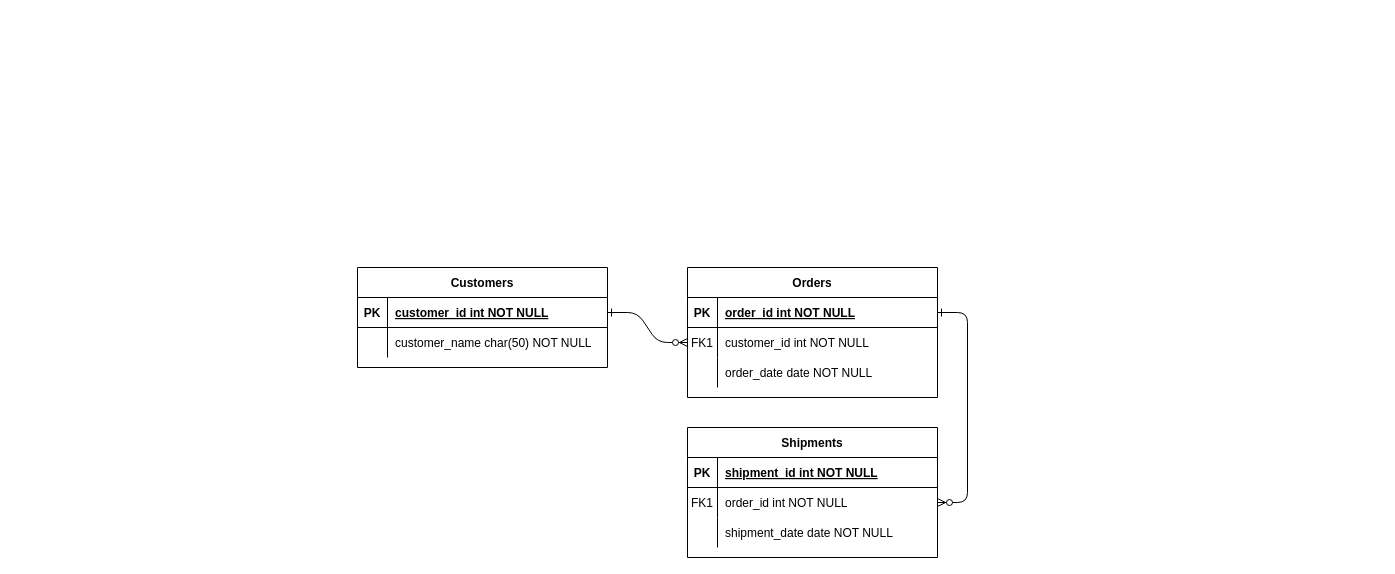
Earlier version of the draw.io diagram Untitled Diagram.drawio (daviani/eques). Source tidied: cells renumbered, new cells numbered last; positions are measured from the earlier drawing's top-left corner, leaving out a move shared by most shapes. Both pictures are drawn from the tidied source at 100%, with x=0, y=0 at pixel (357, 267).
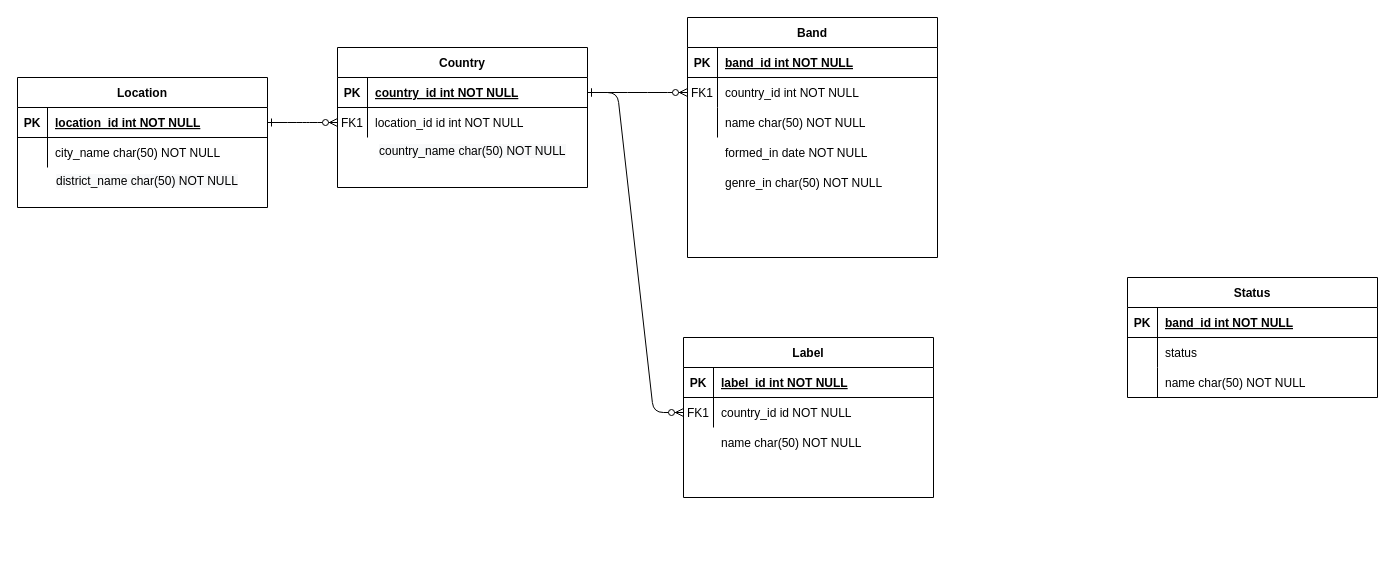
Above is the later version.

Unchanged cells that the change refers to:
```xml
<mxCell id="5" style="shape=partialRectangle;fillColor=none;points=[[0,0.5],[1,0.5]];portConstraint=eastwest;top=0;left=0;right=0;bottom=1;" parent="4" vertex="1">
  <mxGeometry y="30" width="250" height="30" as="geometry" />
</mxCell>
<mxCell id="8" style="shape=partialRectangle;fillColor=none;points=[[0,0.5],[1,0.5]];portConstraint=eastwest;top=0;left=0;right=0;bottom=0;" parent="4" vertex="1">
  <mxGeometry y="60" width="250" height="30" as="geometry" />
</mxCell>
<mxCell id="11" style="shape=partialRectangle;fillColor=none;top=0;left=0;right=0;bottom=0;" parent="4" vertex="1">
  <mxGeometry y="90" width="250" height="30" as="geometry" />
</mxCell>
<mxCell id="25" style="shape=partialRectangle;fillColor=none;points=[[0,0.5],[1,0.5]];portConstraint=eastwest;top=0;left=0;right=0;bottom=1;" parent="24" vertex="1">
  <mxGeometry y="30" width="250" height="30" as="geometry" />
</mxCell>
<mxCell id="28" style="shape=partialRectangle;fillColor=none;points=[[0,0.5],[1,0.5]];portConstraint=eastwest;top=0;left=0;right=0;bottom=0;" parent="24" vertex="1">
  <mxGeometry y="60" width="250" height="30" as="geometry" />
</mxCell>
```

Diff of the diagram source:
```diff
@@
-    <mxCell id="3" style="edgeStyle=entityRelationEdgeStyle;endArrow=ERzeroToMany;startArrow=ERone;endFill=1;startFill=0;" parent="1" edge="1" source="5" target="18">
-      <mxGeometry relative="1" as="geometry" />
-    </mxCell>
-    <mxCell id="4" value="Orders" style="shape=table;startSize=30;childLayout=tableLayout;rowLines=0;fontStyle=1;align=center;" parent="1" vertex="1">
-      <mxGeometry x="330" width="250" height="130" as="geometry" />
+    <mxCell id="4" value="Band" style="shape=table;startSize=30;childLayout=tableLayout;rowLines=0;fontStyle=1;align=center;" parent="1" vertex="1">
+      <mxGeometry x="330" y="-250" width="250" height="240" as="geometry" />
     </mxCell>
@@
-    <mxCell id="7" value="order_id int NOT NULL " style="shape=partialRectangle;overflow=hidden;fillColor=none;top=0;left=0;bottom=0;right=0;align=left;spacingLeft=6;fontStyle=5;" parent="5" vertex="1">
+    <mxCell id="7" value="band_id int NOT NULL " style="shape=partialRectangle;overflow=hidden;fillColor=none;top=0;left=0;bottom=0;right=0;align=left;spacingLeft=6;fontStyle=5;" parent="5" vertex="1">
       <mxGeometry x="30" width="220" height="30" as="geometry" />
     </mxCell>
@@
-    <mxCell id="10" value="customer_id int NOT NULL" style="shape=partialRectangle;overflow=hidden;fillColor=none;top=0;left=0;bottom=0;right=0;align=left;spacingLeft=6;" parent="8" vertex="1">
+    <mxCell id="10" value="country_id int NOT NULL" style="shape=partialRectangle;overflow=hidden;fillColor=none;top=0;left=0;bottom=0;right=0;align=left;spacingLeft=6;" parent="8" vertex="1">
       <mxGeometry x="30" width="220" height="30" as="geometry" />
     </mxCell>
@@
-    <mxCell id="13" value="order_date date NOT NULL" style="shape=partialRectangle;overflow=hidden;fillColor=none;top=0;left=0;bottom=0;right=0;align=left;spacingLeft=6;" parent="11" vertex="1">
+    <mxCell id="13" value="name char(50) NOT NULL" style="shape=partialRectangle;overflow=hidden;fillColor=none;top=0;left=0;bottom=0;right=0;align=left;spacingLeft=6;" parent="11" vertex="1">
       <mxGeometry x="30" width="220" height="30" as="geometry" />
     </mxCell>
-    <mxCell id="14" value="Shipments" style="shape=table;startSize=30;childLayout=tableLayout;rowLines=0;fontStyle=1;align=center;" parent="1" vertex="1">
-      <mxGeometry x="330" y="160" width="250" height="130" as="geometry" />
-    </mxCell>
-    <mxCell id="15" style="shape=partialRectangle;fillColor=none;top=0;left=0;right=0;bottom=1;" parent="14" vertex="1">
-      <mxGeometry y="30" width="250" height="30" as="geometry" />
-    </mxCell>
-    <mxCell id="16" value="PK" style="shape=partialRectangle;overflow=hidden;fillColor=none;top=0;left=0;bottom=0;right=0;fontStyle=1;" parent="15" vertex="1">
-      <mxGeometry width="30" height="30" as="geometry" />
-    </mxCell>
-    <mxCell id="17" value="shipment_id int NOT NULL " style="shape=partialRectangle;overflow=hidden;fillColor=none;top=0;left=0;bottom=0;right=0;align=left;spacingLeft=6;fontStyle=5;" parent="15" vertex="1">
-      <mxGeometry x="30" width="220" height="30" as="geometry" />
-    </mxCell>
-    <mxCell id="18" style="shape=partialRectangle;fillColor=none;points=[[0,0.5],[1,0.5]];portConstraint=eastwest;top=0;left=0;right=0;bottom=0;" parent="14" vertex="1">
-      <mxGeometry y="60" width="250" height="30" as="geometry" />
-    </mxCell>
-    <mxCell id="19" value="FK1" style="shape=partialRectangle;overflow=hidden;fillColor=none;top=0;left=0;bottom=0;right=0;" parent="18" vertex="1">
-      <mxGeometry width="30" height="30" as="geometry" />
-    </mxCell>
-    <mxCell id="20" value="order_id int NOT NULL" style="shape=partialRectangle;overflow=hidden;fillColor=none;top=0;left=0;bottom=0;right=0;align=left;spacingLeft=6;" parent="18" vertex="1">
-      <mxGeometry x="30" width="220" height="30" as="geometry" />
-    </mxCell>
-    <mxCell id="21" style="shape=partialRectangle;fillColor=none;top=0;left=0;right=0;bottom=0;" parent="14" vertex="1">
-      <mxGeometry y="90" width="250" height="30" as="geometry" />
-    </mxCell>
-    <mxCell id="22" style="shape=partialRectangle;overflow=hidden;fillColor=none;top=0;left=0;bottom=0;right=0;" parent="21" vertex="1">
-      <mxGeometry width="30" height="30" as="geometry" />
-    </mxCell>
-    <mxCell id="23" value="shipment_date date NOT NULL" style="shape=partialRectangle;overflow=hidden;fillColor=none;top=0;left=0;bottom=0;right=0;align=left;spacingLeft=6;" parent="21" vertex="1">
-      <mxGeometry x="30" width="220" height="30" as="geometry" />
-    </mxCell>
-    <mxCell id="24" value="Customers" style="shape=table;startSize=30;childLayout=tableLayout;rowLines=0;fontStyle=1;align=center;" parent="1" vertex="1">
-      <mxGeometry width="250" height="100" as="geometry" />
+    <mxCell id="24" value="Country" style="shape=table;startSize=30;childLayout=tableLayout;rowLines=0;fontStyle=1;align=center;" parent="1" vertex="1">
+      <mxGeometry x="-20" y="-220" width="250" height="140" as="geometry" />
     </mxCell>
@@
-    <mxCell id="27" value="customer_id int NOT NULL " style="shape=partialRectangle;overflow=hidden;fillColor=none;top=0;left=0;bottom=0;right=0;align=left;spacingLeft=6;fontStyle=5;" parent="25" vertex="1">
+    <mxCell id="27" value="country_id int NOT NULL " style="shape=partialRectangle;overflow=hidden;fillColor=none;top=0;left=0;bottom=0;right=0;align=left;spacingLeft=6;fontStyle=5;" parent="25" vertex="1">
       <mxGeometry x="30" width="220" height="30" as="geometry" />
     </mxCell>
@@
-    <mxCell id="29" style="shape=partialRectangle;overflow=hidden;fillColor=none;top=0;left=0;bottom=0;right=0;" parent="28" vertex="1">
+    <mxCell id="29" value="FK1" style="shape=partialRectangle;overflow=hidden;fillColor=none;top=0;left=0;bottom=0;right=0;" parent="28" vertex="1">
       <mxGeometry width="30" height="30" as="geometry" />
     </mxCell>
-    <mxCell id="30" value="customer_name char(50) NOT NULL" style="shape=partialRectangle;overflow=hidden;fillColor=none;top=0;left=0;bottom=0;right=0;align=left;spacingLeft=6;" parent="28" vertex="1">
+    <mxCell id="30" value="location_id id int NOT NULL" style="shape=partialRectangle;overflow=hidden;fillColor=none;top=0;left=0;bottom=0;right=0;align=left;spacingLeft=6;" parent="28" vertex="1">
       <mxGeometry x="30" width="220" height="30" as="geometry" />
     </mxCell>
+    <mxCell id="31" value="Label" style="shape=table;startSize=30;childLayout=tableLayout;rowLines=0;fontStyle=1;align=center;" parent="1" vertex="1">
+      <mxGeometry x="326" y="70" width="250" height="160" as="geometry" />
+    </mxCell>
+    <mxCell id="32" style="shape=partialRectangle;fillColor=none;top=0;left=0;right=0;bottom=1;" parent="31" vertex="1">
+      <mxGeometry y="30" width="250" height="30" as="geometry" />
+    </mxCell>
+    <mxCell id="33" value="PK" style="shape=partialRectangle;overflow=hidden;fillColor=none;top=0;left=0;bottom=0;right=0;fontStyle=1;" parent="32" vertex="1">
+      <mxGeometry width="30" height="30" as="geometry" />
+    </mxCell>
+    <mxCell id="34" value="label_id int NOT NULL " style="shape=partialRectangle;overflow=hidden;fillColor=none;top=0;left=0;bottom=0;right=0;align=left;spacingLeft=6;fontStyle=5;" parent="32" vertex="1">
+      <mxGeometry x="30" width="220" height="30" as="geometry" />
+    </mxCell>
+    <mxCell id="35" style="shape=partialRectangle;fillColor=none;points=[[0,0.5],[1,0.5]];portConstraint=eastwest;top=0;left=0;right=0;bottom=0;" parent="31" vertex="1">
+      <mxGeometry y="60" width="250" height="30" as="geometry" />
+    </mxCell>
+    <mxCell id="19" value="FK1" style="shape=partialRectangle;overflow=hidden;fillColor=none;top=0;left=0;bottom=0;right=0;" parent="35" vertex="1">
+      <mxGeometry width="30" height="30" as="geometry" />
+    </mxCell>
+    <mxCell id="36" value="country_id id NOT NULL" style="shape=partialRectangle;overflow=hidden;fillColor=none;top=0;left=0;bottom=0;right=0;align=left;spacingLeft=6;" parent="35" vertex="1">
+      <mxGeometry x="30" width="220" height="30" as="geometry" />
+    </mxCell>
+    <mxCell id="37" style="edgeStyle=entityRelationEdgeStyle;endArrow=ERzeroToMany;startArrow=ERone;endFill=1;startFill=0;exitX=1;exitY=0.5;exitDx=0;exitDy=0;entryX=0;entryY=0.5;entryDx=0;entryDy=0;" parent="1" edge="1" source="25" target="35">
+      <mxGeometry relative="1" as="geometry" />
+    </mxCell>
+    <mxCell id="38" style="shape=partialRectangle;fillColor=none;top=0;left=0;right=0;bottom=0;" parent="1" vertex="1">
+      <mxGeometry x="326" y="160" width="250" height="30" as="geometry" />
+    </mxCell>
+    <mxCell id="39" style="shape=partialRectangle;overflow=hidden;fillColor=none;top=0;left=0;bottom=0;right=0;" parent="38" vertex="1">
+      <mxGeometry width="30" height="30" as="geometry" />
+    </mxCell>
+    <mxCell id="40" value="name char(50) NOT NULL" style="shape=partialRectangle;overflow=hidden;fillColor=none;top=0;left=0;bottom=0;right=0;align=left;spacingLeft=6;" parent="38" vertex="1">
+      <mxGeometry x="30" width="220" height="30" as="geometry" />
+    </mxCell>
+    <mxCell id="41" value="Location" style="shape=table;startSize=30;childLayout=tableLayout;rowLines=0;fontStyle=1;align=center;" parent="1" vertex="1">
+      <mxGeometry x="-340" y="-190" width="250" height="130" as="geometry" />
+    </mxCell>
+    <mxCell id="42" style="shape=partialRectangle;fillColor=none;points=[[0,0.5],[1,0.5]];portConstraint=eastwest;top=0;left=0;right=0;bottom=1;" parent="41" vertex="1">
+      <mxGeometry y="30" width="250" height="30" as="geometry" />
+    </mxCell>
+    <mxCell id="43" value="PK" style="shape=partialRectangle;overflow=hidden;fillColor=none;top=0;left=0;bottom=0;right=0;fontStyle=1;" parent="42" vertex="1">
+      <mxGeometry width="30" height="30" as="geometry" />
+    </mxCell>
+    <mxCell id="44" value="location_id int NOT NULL " style="shape=partialRectangle;overflow=hidden;fillColor=none;top=0;left=0;bottom=0;right=0;align=left;spacingLeft=6;fontStyle=5;" parent="42" vertex="1">
+      <mxGeometry x="30" width="220" height="30" as="geometry" />
+    </mxCell>
+    <mxCell id="45" style="shape=partialRectangle;fillColor=none;top=0;left=0;right=0;bottom=0;" parent="41" vertex="1">
+      <mxGeometry y="60" width="250" height="30" as="geometry" />
+    </mxCell>
+    <mxCell id="46" style="shape=partialRectangle;overflow=hidden;fillColor=none;top=0;left=0;bottom=0;right=0;" parent="45" vertex="1">
+      <mxGeometry width="30" height="30" as="geometry" />
+    </mxCell>
+    <mxCell id="47" value="city_name char(50) NOT NULL" style="shape=partialRectangle;overflow=hidden;fillColor=none;top=0;left=0;bottom=0;right=0;align=left;spacingLeft=6;" parent="45" vertex="1">
+      <mxGeometry x="30" width="220" height="30" as="geometry" />
+    </mxCell>
+    <mxCell id="48" style="edgeStyle=entityRelationEdgeStyle;endArrow=ERzeroToMany;startArrow=ERone;endFill=1;startFill=0;entryX=0;entryY=0.5;entryDx=0;entryDy=0;exitX=1;exitY=0.5;exitDx=0;exitDy=0;" parent="1" edge="1" source="42" target="28">
+      <mxGeometry relative="1" as="geometry" />
+    </mxCell>
+    <mxCell id="49" value="&lt;span style=&quot;color: rgb(0 , 0 , 0) ; font-family: &amp;#34;helvetica&amp;#34; ; font-size: 12px ; font-style: normal ; font-weight: 400 ; letter-spacing: normal ; text-align: left ; text-indent: 0px ; text-transform: none ; word-spacing: 0px ; background-color: rgb(248 , 249 , 250) ; display: inline ; float: none&quot;&gt;district_name char(50) NOT NULL&lt;/span&gt;" style="text;whiteSpace=wrap;html=1;" parent="1" vertex="1">
+      <mxGeometry x="-303" y="-100" width="190" height="30" as="geometry" />
+    </mxCell>
+    <mxCell id="50" value="&lt;span style=&quot;color: rgb(0 , 0 , 0) ; font-family: &amp;#34;helvetica&amp;#34; ; font-size: 12px ; font-style: normal ; font-weight: 400 ; letter-spacing: normal ; text-align: left ; text-indent: 0px ; text-transform: none ; word-spacing: 0px ; background-color: rgb(248 , 249 , 250) ; display: inline ; float: none&quot;&gt;country_name char(50) NOT NULL&lt;/span&gt;" style="text;whiteSpace=wrap;html=1;" parent="1" vertex="1">
+      <mxGeometry x="20" y="-130" width="190" height="30" as="geometry" />
+    </mxCell>
+    <mxCell id="51" value="Status" style="shape=table;startSize=30;childLayout=tableLayout;rowLines=0;fontStyle=1;align=center;" parent="1" vertex="1">
+      <mxGeometry x="770" y="10" width="250" height="120" as="geometry" />
+    </mxCell>
+    <mxCell id="52" style="shape=partialRectangle;fillColor=none;top=0;left=0;right=0;bottom=1;" parent="51" vertex="1">
+      <mxGeometry y="30" width="250" height="30" as="geometry" />
+    </mxCell>
+    <mxCell id="53" value="PK" style="shape=partialRectangle;overflow=hidden;fillColor=none;top=0;left=0;bottom=0;right=0;fontStyle=1;" parent="52" vertex="1">
+      <mxGeometry width="30" height="30" as="geometry" />
+    </mxCell>
+    <mxCell id="54" value="band_id int NOT NULL " style="shape=partialRectangle;overflow=hidden;fillColor=none;top=0;left=0;bottom=0;right=0;align=left;spacingLeft=6;fontStyle=5;" parent="52" vertex="1">
+      <mxGeometry x="30" width="220" height="30" as="geometry" />
+    </mxCell>
+    <mxCell id="55" style="shape=partialRectangle;fillColor=none;top=0;left=0;right=0;bottom=0;" parent="51" vertex="1">
+      <mxGeometry y="60" width="250" height="30" as="geometry" />
+    </mxCell>
+    <mxCell id="56" style="shape=partialRectangle;overflow=hidden;fillColor=none;top=0;left=0;bottom=0;right=0;" parent="55" vertex="1">
+      <mxGeometry width="30" height="30" as="geometry" />
+    </mxCell>
+    <mxCell id="57" value="status" style="shape=partialRectangle;overflow=hidden;fillColor=none;top=0;left=0;bottom=0;right=0;align=left;spacingLeft=6;" parent="55" vertex="1">
+      <mxGeometry x="30" width="220" height="30" as="geometry" />
+    </mxCell>
+    <mxCell id="21" style="shape=partialRectangle;fillColor=none;top=0;left=0;right=0;bottom=0;" parent="51" vertex="1">
+      <mxGeometry y="90" width="250" height="30" as="geometry" />
+    </mxCell>
+    <mxCell id="58" style="shape=partialRectangle;overflow=hidden;fillColor=none;top=0;left=0;bottom=0;right=0;" parent="21" vertex="1">
+      <mxGeometry width="30" height="30" as="geometry" />
+    </mxCell>
+    <mxCell id="59" value="name char(50) NOT NULL" style="shape=partialRectangle;overflow=hidden;fillColor=none;top=0;left=0;bottom=0;right=0;align=left;spacingLeft=6;" parent="21" vertex="1">
+      <mxGeometry x="30" width="220" height="30" as="geometry" />
+    </mxCell>
+    <mxCell id="60" value="formed_in date NOT NULL" style="shape=partialRectangle;overflow=hidden;fillColor=none;top=0;left=0;bottom=0;right=0;align=left;spacingLeft=6;" parent="1" vertex="1">
+      <mxGeometry x="360" y="-130" width="220" height="30" as="geometry" />
+    </mxCell>
+    <mxCell id="61" value="genre_in char(50) NOT NULL" style="shape=partialRectangle;overflow=hidden;fillColor=none;top=0;left=0;bottom=0;right=0;align=left;spacingLeft=6;" parent="1" vertex="1">
+      <mxGeometry x="360" y="-100" width="220" height="30" as="geometry" />
+    </mxCell>
```
